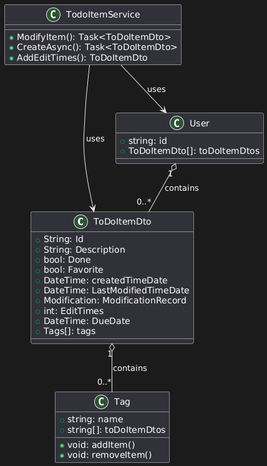
Above: uml.png in ITteam00/TodoItems (PlantUML), before the change. Source of this version:
```plantuml
@startuml
class ToDoItemDto {
  +String: Id
  +String: Description
  +bool: Done
  +bool: Favorite
  +DateTime: createdTimeDate
  +DateTime: LastModifiedTimeDate
  +Modification: ModificationRecord
  +int: EditTimes
  +DateTime: DueDate
  +Tags[]: tags

}

class User {
  +string: id
  +ToDoItemDto[]: toDoItemDtos
}

class Tag {
  +string: name
  +string[]: toDoItemDtos
  +void: addItem()
  +void: removeItem()

}



class TodoItemService{
  +ModifyItem(): Task<ToDoItemDto>
  +CreateAsync(): Task<ToDoItemDto>
  +AddEditTimes(): ToDoItemDto



}

TodoItemService --> ToDoItemDto : uses
TodoItemService --> User : uses
User "1" o-- "0..*" ToDoItemDto : contains
ToDoItemDto "1" o-- "0..*" Tag : contains
@enduml
```
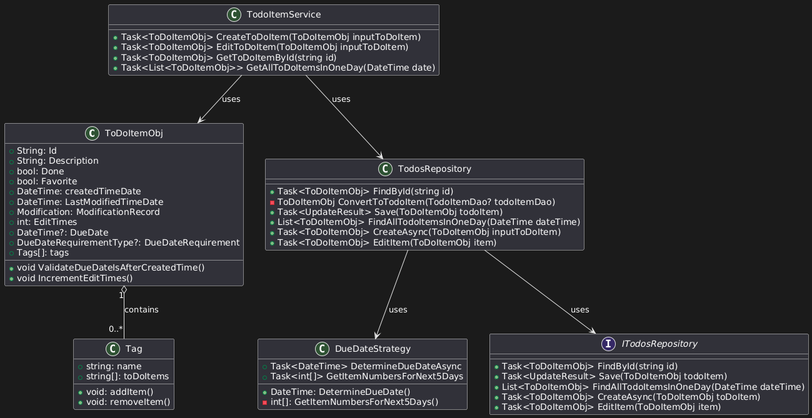
Above is the later version.

Change to the diagram source:
```diff
@@ -1,5 +1,5 @@
 @startuml
-class ToDoItemDto {
+class ToDoItemObj {
   +String: Id
   +String: Description
   +bool: Done
@@ -8,37 +8,70 @@
   +DateTime: LastModifiedTimeDate
   +Modification: ModificationRecord
   +int: EditTimes
-  +DateTime: DueDate
+  +DateTime?: DueDate
+  +DueDateRequirementType?: DueDateRequirement
   +Tags[]: tags
+
+  +void ValidateDueDateIsAfterCreatedTime()
+  +void IncrementEditTimes()
+
 
 }
 
-class User {
-  +string: id
-  +ToDoItemDto[]: toDoItemDtos
-}
+
 
 class Tag {
   +string: name
-  +string[]: toDoItemDtos
+  +string[]: toDoItems
   +void: addItem()
   +void: removeItem()
 
 }
 
 
+class DueDateStrategy{
+  +DateTime: DetermineDueDate()
+  -int[]: GetItemNumbersForNext5Days()
+
+}
+
 
 class TodoItemService{
-  +ModifyItem(): Task<ToDoItemDto>
-  +CreateAsync(): Task<ToDoItemDto>
-  +AddEditTimes(): ToDoItemDto
+  +Task<ToDoItemObj> CreateToDoItem(ToDoItemObj inputToDoItem)
+  +Task<ToDoItemObj> EditToDoItem(ToDoItemObj inputToDoItem)
+  +Task<ToDoItemObj> GetToDoItemById(string id)
+  +Task<List<ToDoItemObj>> GetAllToDoItemsInOneDay(DateTime date)
+}
+
+class TodosRepository {
+  +Task<ToDoItemObj> FindById(string id)
+  -ToDoItemObj ConvertToTodoItem(TodoItemDao? todoItemDao)
+  +Task<UpdateResult> Save(ToDoItemObj todoItem)
+  +List<ToDoItemObj> FindAllTodoItemsInOneDay(DateTime dateTime)
+  +Task<ToDoItemObj> CreateAsync(ToDoItemObj inputToDoItem)
+  +Task<ToDoItemObj> EditItem(ToDoItemObj item)
+}
+
+
+class DueDateStrategy{
+  +Task<DateTime> DetermineDueDateAsync
+  +Task<int[]> GetItemNumbersForNext5Days
+}
+
+
+interface ITodosRepository {
+  +Task<ToDoItemObj> FindById(string id)
+  +Task<UpdateResult> Save(ToDoItemObj todoItem)
+  +List<ToDoItemObj> FindAllTodoItemsInOneDay(DateTime dateTime)
+  +Task<ToDoItemObj> CreateAsync(ToDoItemObj toDoItem)
+  +Task<ToDoItemObj> EditItem(ToDoItemObj item)
+}
 
 
 
-}
-
-TodoItemService --> ToDoItemDto : uses
-TodoItemService --> User : uses
-User "1" o-- "0..*" ToDoItemDto : contains
-ToDoItemDto "1" o-- "0..*" Tag : contains
+TodosRepository --> ITodosRepository : uses
+TodosRepository --> DueDateStrategy : uses
+TodoItemService --> TodosRepository : uses
+TodoItemService --> ToDoItemObj : uses
+ToDoItemObj "1" o-- "0..*" Tag : contains
 @enduml
```
